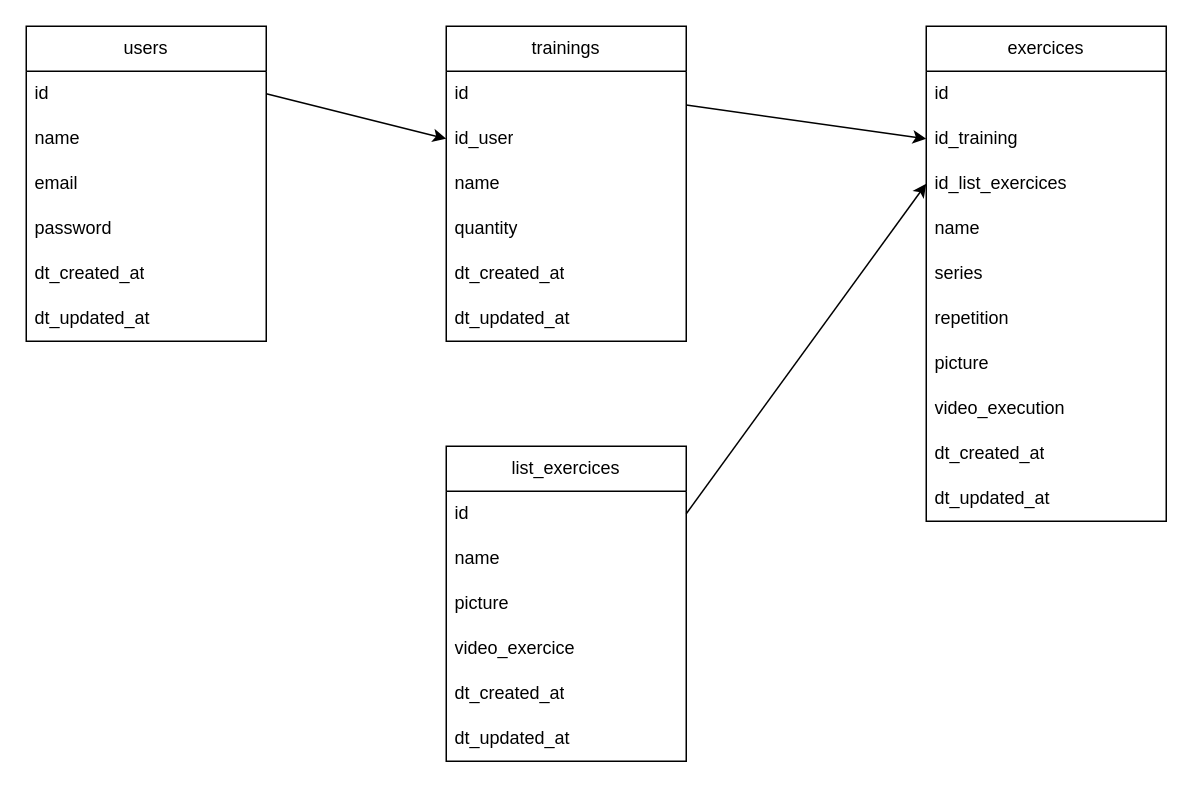
Before: bancoAcademia.drawio in Emanuel-AMDM/AppAcademia, a draw.io diagram. Source tidied: cells renumbered, new cells numbered last; positions are measured from the earlier drawing's top-left corner, leaving out a move shared by most shapes. Both pictures are drawn from the tidied source at 150%, with x=0, y=0 at pixel (26, 26).
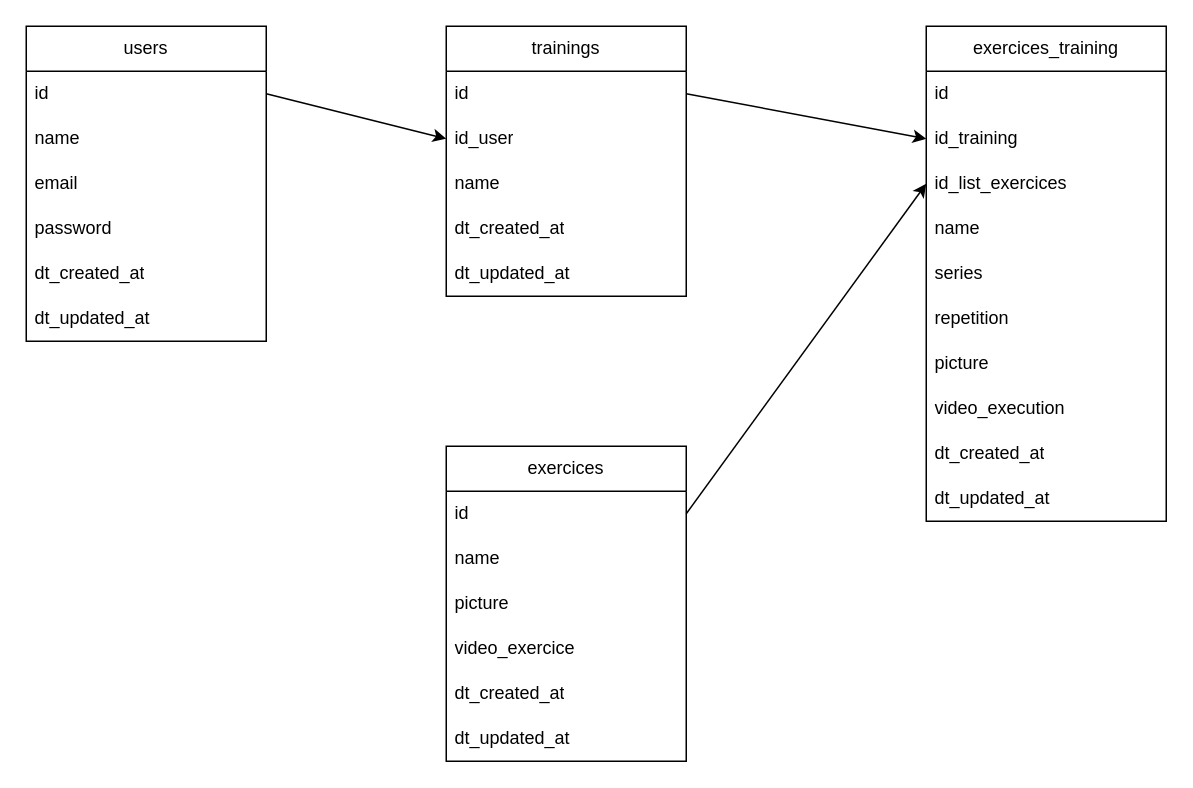
The same page after the edit.

Change to the diagram source:
```diff
@@
     <mxCell id="9" value="trainings" style="swimlane;fontStyle=0;horizontal=1;startSize=30;whiteSpace=wrap;html=1;" parent="1" vertex="1">
-      <mxGeometry x="280" width="160" height="210" as="geometry" />
+      <mxGeometry x="280" width="160" height="180" as="geometry" />
     </mxCell>
@@
-    <mxCell id="13" value="quantity" style="text;strokeColor=none;fillColor=none;align=left;verticalAlign=middle;spacingLeft=4;spacingRight=4;overflow=hidden;whiteSpace=wrap;html=1;" parent="9" vertex="1">
-      <mxGeometry y="120" width="160" height="30" as="geometry" />
-    </mxCell>
     <mxCell id="14" value="dt_created_at" style="text;strokeColor=none;fillColor=none;align=left;verticalAlign=middle;spacingLeft=4;spacingRight=4;overflow=hidden;whiteSpace=wrap;html=1;" parent="9" vertex="1">
-      <mxGeometry y="150" width="160" height="30" as="geometry" />
+      <mxGeometry y="120" width="160" height="30" as="geometry" />
     </mxCell>
     <mxCell id="15" value="dt_updated_at" style="text;strokeColor=none;fillColor=none;align=left;verticalAlign=middle;spacingLeft=4;spacingRight=4;overflow=hidden;whiteSpace=wrap;html=1;" parent="9" vertex="1">
-      <mxGeometry y="180" width="160" height="30" as="geometry" />
+      <mxGeometry y="150" width="160" height="30" as="geometry" />
     </mxCell>
-    <mxCell id="16" value="exercices" style="swimlane;fontStyle=0;horizontal=1;startSize=30;whiteSpace=wrap;html=1;" parent="1" vertex="1">
+    <mxCell id="16" value="exercices_training" style="swimlane;fontStyle=0;horizontal=1;startSize=30;whiteSpace=wrap;html=1;" parent="1" vertex="1">
       <mxGeometry x="600" width="160" height="330" as="geometry" />
     </mxCell>
@@
-    <mxCell id="27" value="list_exercices" style="swimlane;fontStyle=0;horizontal=1;startSize=30;whiteSpace=wrap;html=1;" parent="1" vertex="1">
+    <mxCell id="27" value="&lt;div&gt;&lt;span style=&quot;background-color: initial;&quot;&gt;exercices&lt;/span&gt;&lt;br&gt;&lt;/div&gt;" style="swimlane;fontStyle=0;horizontal=1;startSize=30;whiteSpace=wrap;html=1;" parent="1" vertex="1">
       <mxGeometry x="280" y="280" width="160" height="210" as="geometry" />
     </mxCell>
```
